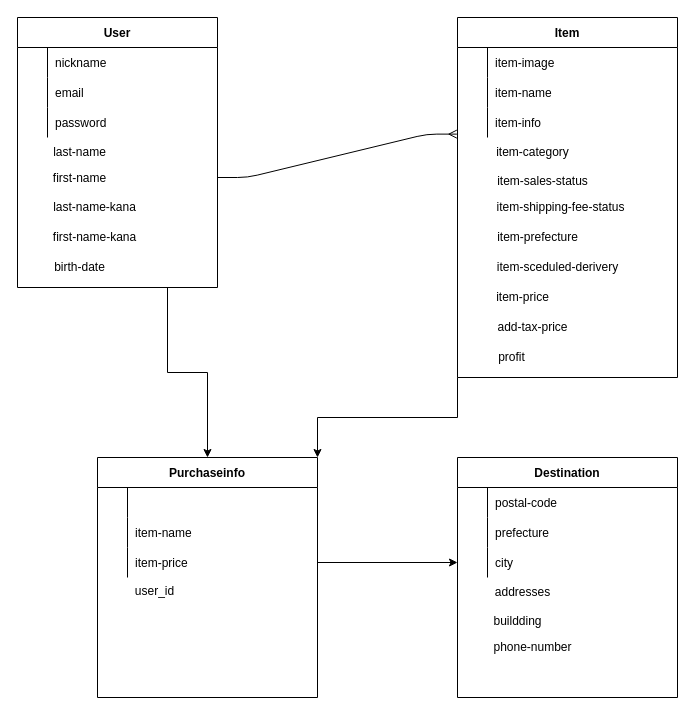
Before: furima.dio in nicoishicoro/furima-33327, a draw.io diagram. Source tidied: cells renumbered, new cells numbered last; positions are measured from the earlier drawing's top-left corner, leaving out a move shared by most shapes. Both pictures are drawn from the tidied source at 100%, with x=0, y=0 at pixel (17, 17).
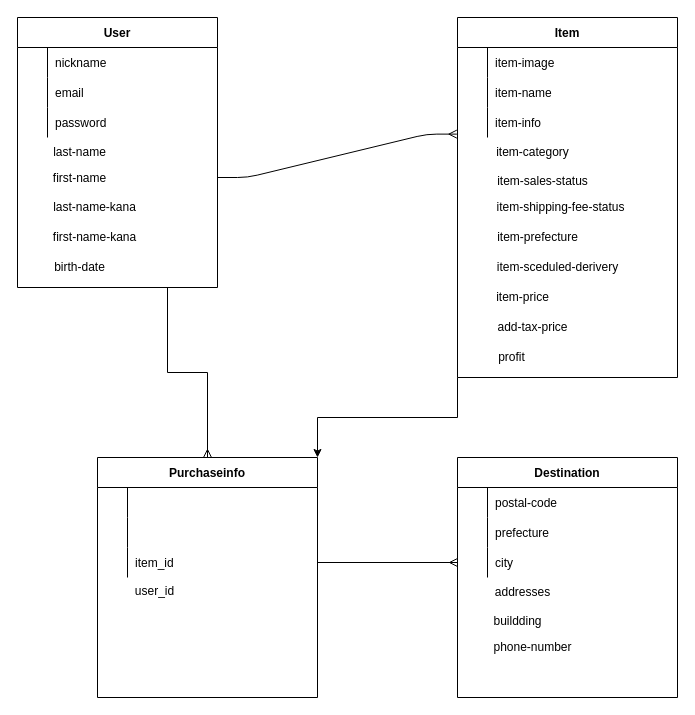
The same page after the edit.

Unchanged cells that the change refers to:
```xml
<mxCell id="5" value="User" style="shape=table;startSize=30;childLayout=tableLayout;rowLines=0;fontStyle=1;align=center;" parent="4" vertex="1">
  <mxGeometry width="200" height="270" as="geometry" />
</mxCell>
<mxCell id="20" value="Purchaseinfo" style="shape=table;startSize=30;childLayout=tableLayout;rowLines=0;fontStyle=1;align=center;" parent="19" vertex="1">
  <mxGeometry width="220" height="240" as="geometry" />
</mxCell>
<mxCell id="24" style="shape=partialRectangle;fillColor=none;top=0;left=0;bottom=0;right=0;" parent="20" vertex="1">
  <mxGeometry y="60" width="220" height="30" as="geometry" />
</mxCell>
<mxCell id="27" style="shape=partialRectangle;fillColor=none;top=0;left=0;bottom=0;right=0;points=[[0,0.5],[1,0.5]];portConstraint=eastwest;" parent="20" vertex="1">
  <mxGeometry y="90" width="220" height="30" as="geometry" />
</mxCell>
<mxCell id="59" style="shape=partialRectangle;fillColor=none;top=0;left=0;bottom=0;right=0;points=[[0,0.5],[1,0.5]];portConstraint=eastwest;" parent="52" vertex="1">
  <mxGeometry y="90" width="220" height="30" as="geometry" />
</mxCell>
```

Change to the diagram source:
```diff
@@
-    <mxCell id="26" value="item-name" style="shape=partialRectangle;fillColor=none;top=0;left=0;bottom=0;right=0;align=left;spacingLeft=6;overflow=hidden;" parent="24" vertex="1">
+    <mxCell id="26" style="shape=partialRectangle;fillColor=none;top=0;left=0;bottom=0;right=0;align=left;spacingLeft=6;overflow=hidden;" parent="24" vertex="1">
       <mxGeometry x="30" width="190" height="30" as="geometry" />
     </mxCell>
@@
-    <mxCell id="29" value="item-price" style="shape=partialRectangle;fillColor=none;top=0;left=0;bottom=0;right=0;align=left;spacingLeft=6;overflow=hidden;" parent="27" vertex="1">
+    <mxCell id="29" value="item_id" style="shape=partialRectangle;fillColor=none;top=0;left=0;bottom=0;right=0;align=left;spacingLeft=6;overflow=hidden;" parent="27" vertex="1">
       <mxGeometry x="30" width="190" height="30" as="geometry" />
     </mxCell>
@@
-    <mxCell id="66" style="edgeStyle=orthogonalEdgeStyle;rounded=0;jettySize=auto;html=1;exitX=0.75;exitY=1;exitDx=0;exitDy=0;" parent="1" edge="1" source="5" target="20">
+    <mxCell id="66" style="edgeStyle=orthogonalEdgeStyle;rounded=0;jettySize=auto;html=1;exitX=0.75;exitY=1;exitDx=0;exitDy=0;endArrow=ERmany;endFill=0;" parent="1" edge="1" source="5" target="20">
       <mxGeometry relative="1" as="geometry" />
     </mxCell>
-    <mxCell id="67" style="edgeStyle=orthogonalEdgeStyle;rounded=0;jettySize=auto;html=1;exitX=1;exitY=0.5;exitDx=0;exitDy=0;entryX=0;entryY=0.5;entryDx=0;entryDy=0;" parent="1" edge="1" source="27" target="59">
+    <mxCell id="67" style="edgeStyle=orthogonalEdgeStyle;rounded=0;jettySize=auto;html=1;exitX=1;exitY=0.5;exitDx=0;exitDy=0;entryX=0;entryY=0.5;entryDx=0;entryDy=0;endArrow=ERmany;endFill=0;" parent="1" edge="1" source="27" target="59">
       <mxGeometry relative="1" as="geometry" />
     </mxCell>
```
